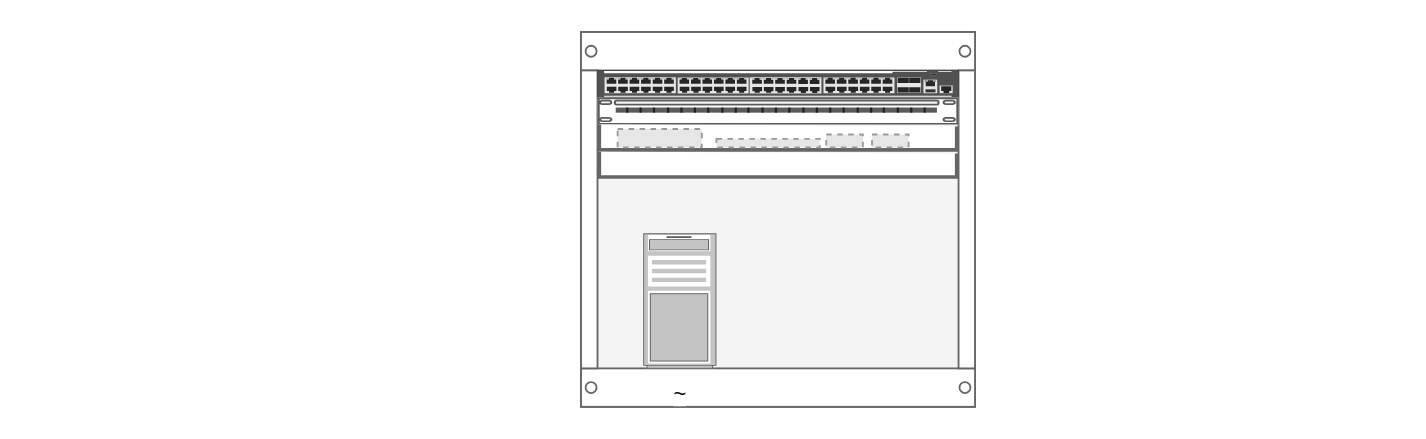
Slavik-Kek/Rack keeps this draw.io diagram as Untitled Diagram.drawio. Above is the earlier version. Source tidied: cells renumbered, new cells numbered last; positions are measured from the earlier drawing's top-left corner, leaving out a move shared by most shapes. Both pictures are drawn from the tidied source at 183%, with x=0, y=0 at pixel (580, 31). Pictures stored in the file or linked from it are replaced by grey dashed boxes.
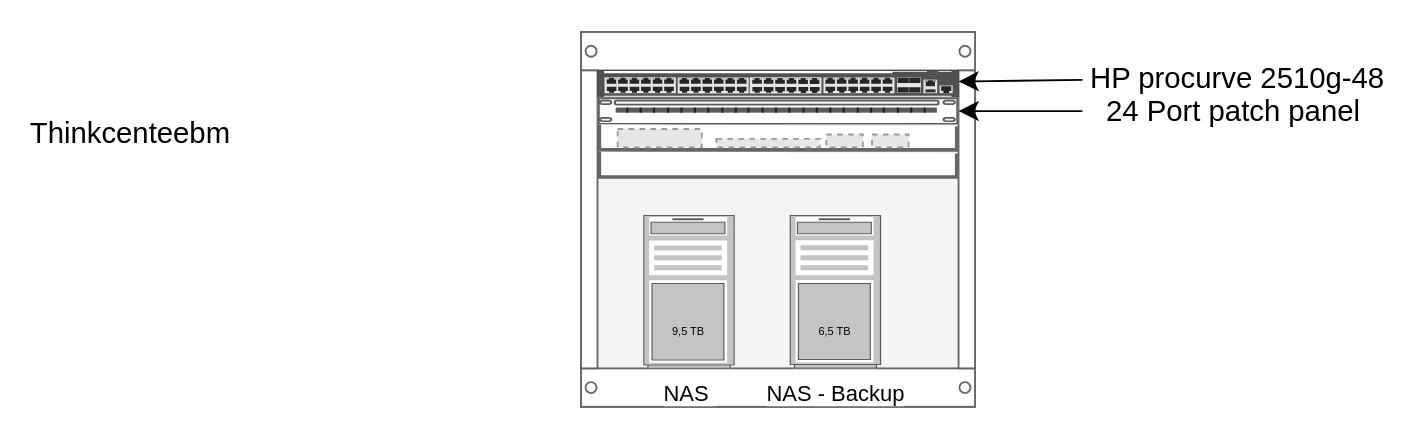
Above is the later version.

What changed in the source:
```diff
@@
 <mxGraphModel>
   <root>
     <mxCell id="0" />
     <mxCell id="1" parent="0" />
     <mxCell id="2" style="strokeColor=#666666;html=1;verticalLabelPosition=bottom;labelBackgroundColor=#ffffff;verticalAlign=top;shadow=0;dashed=0;shape=mxgraph.rackGeneral.rackCabinet3;rackUnitSize=14.8;fillColor2=#f4f4f4;allowGaps=1;textColor=#666666;numDisp=off;" parent="1" vertex="1">
       <mxGeometry width="215.3" height="200" as="geometry" />
     </mxCell>
     <mxCell id="3" style="html=1;verticalLabelPosition=bottom;verticalAlign=top;outlineConnect=0;shadow=0;dashed=0;shape=mxgraph.rack.hpe_aruba.switches.jl321a_aruba_2930m_48g_1_slot_switch;" parent="2" vertex="1">
       <mxGeometry x="9" y="21" width="197.3" height="14.8" as="geometry" />
     </mxCell>
     <mxCell id="4" style="strokeColor=#666666;html=1;labelPosition=right;align=left;spacingLeft=15;shadow=0;dashed=0;outlineConnect=0;shape=mxgraph.rack.general.cat5e_rack_mount_patch_panel_24_ports;" parent="2" vertex="1">
       <mxGeometry x="9" y="35.8" width="197.3" height="14.8" as="geometry" />
     </mxCell>
     <mxCell id="5" style="strokeColor=#666666;html=1;labelPosition=right;align=left;spacingLeft=15;shadow=0;dashed=0;shape=mxgraph.rackGeneral.shelf;" parent="2" vertex="1">
       <mxGeometry x="9" y="50.6" width="197.3" height="14.8" as="geometry" />
     </mxCell>
     <mxCell id="6" style="fillColor=#E6E6E6;strokeColor=#999999;dashed=1;verticalLabelPosition=bottom;verticalAlign=top;" parent="5" vertex="1">
       <mxGeometry x="11" y="2.4" width="46" height="10" as="geometry" />
     </mxCell>
     <mxCell id="7" style="fillColor=#E6E6E6;strokeColor=#999999;dashed=1;verticalLabelPosition=bottom;verticalAlign=top;" parent="5" vertex="1">
       <mxGeometry x="65" y="7.8" width="56.5" height="4.6" as="geometry" />
     </mxCell>
     <mxCell id="8" style="fillColor=#E6E6E6;strokeColor=#999999;dashed=1;verticalLabelPosition=bottom;verticalAlign=top;" parent="5" vertex="1">
       <mxGeometry x="150" y="5.4" width="20" height="7" as="geometry" />
     </mxCell>
     <mxCell id="9" style="fillColor=#E6E6E6;strokeColor=#999999;dashed=1;verticalLabelPosition=bottom;verticalAlign=top;" parent="5" vertex="1">
       <mxGeometry x="125" y="5.4" width="20" height="7" as="geometry" />
     </mxCell>
     <mxCell id="10" style="strokeColor=#666666;html=1;labelPosition=right;align=left;spacingLeft=15;shadow=0;dashed=0;shape=mxgraph.rackGeneral.shelf;" parent="2" vertex="1">
       <mxGeometry x="9" y="65.4" width="197.3" height="14.8" as="geometry" />
     </mxCell>
-    <mxCell id="11" value="~" style="strokeColor=#666666;html=1;verticalLabelPosition=bottom;labelBackgroundColor=#ffffff;verticalAlign=top;shadow=0;dashed=0;shape=mxgraph.rack.general.server_1;" parent="1" vertex="1">
-      <mxGeometry x="34" y="110" width="40" height="74" as="geometry" />
+    <mxCell id="11" value="NAS&amp;nbsp;" style="strokeColor=#666666;html=1;verticalLabelPosition=bottom;labelBackgroundColor=#ffffff;verticalAlign=top;shadow=0;dashed=0;shape=mxgraph.rack.general.server_1;" parent="1" vertex="1">
+      <mxGeometry x="34" y="100" width="50" height="84" as="geometry" />
     </mxCell>
+    <mxCell id="12" value="NAS - Backup" style="strokeColor=#666666;html=1;verticalLabelPosition=bottom;labelBackgroundColor=#ffffff;verticalAlign=top;shadow=0;dashed=0;shape=mxgraph.rack.general.server_1;" parent="1" vertex="1">
+      <mxGeometry x="114" y="100" width="50" height="83.8" as="geometry" />
+    </mxCell>
+    <mxCell id="13" value="&lt;font style=&quot;font-size: 6px;&quot;&gt;9,5 TB&lt;/font&gt;" style="text;html=1;whiteSpace=wrap;strokeColor=none;fillColor=none;align=center;verticalAlign=middle;rounded=0;fontSize=16;" parent="1" vertex="1">
+      <mxGeometry x="39" y="150" width="40" height="20" as="geometry" />
+    </mxCell>
+    <mxCell id="14" value="&lt;span style=&quot;font-size: 6px;&quot;&gt;6,5 TB&lt;/span&gt;" style="text;html=1;whiteSpace=wrap;strokeColor=none;fillColor=none;align=center;verticalAlign=middle;rounded=0;fontSize=16;" parent="1" vertex="1">
+      <mxGeometry x="109" y="145" width="60" height="30" as="geometry" />
+    </mxCell>
+    <mxCell id="15" style="edgeStyle=none;curved=1;rounded=0;jettySize=auto;html=1;fontSize=12;startSize=8;endSize=8;" parent="1" edge="1" source="16" target="3">
+      <mxGeometry relative="1" as="geometry" />
+    </mxCell>
+    <mxCell id="16" value="HP procurve 2510g-48" style="text;html=1;whiteSpace=wrap;strokeColor=none;fillColor=none;align=center;verticalAlign=middle;rounded=0;fontSize=16;" parent="1" vertex="1">
+      <mxGeometry x="274" y="10" width="170" height="30" as="geometry" />
+    </mxCell>
+    <mxCell id="17" style="edgeStyle=none;curved=1;rounded=0;jettySize=auto;html=1;fontSize=12;startSize=8;endSize=8;" parent="1" edge="1" source="18" target="4">
+      <mxGeometry relative="1" as="geometry" />
+    </mxCell>
+    <mxCell id="18" value="24 Port patch panel&amp;nbsp;" style="text;html=1;whiteSpace=wrap;strokeColor=none;fillColor=none;align=center;verticalAlign=middle;rounded=0;fontSize=16;" parent="1" vertex="1">
+      <mxGeometry x="274" y="28.2" width="170" height="30" as="geometry" />
+    </mxCell>
+    <mxCell id="19" value="Thinkcenteebm" style="text;html=1;whiteSpace=wrap;strokeColor=none;fillColor=none;align=center;verticalAlign=middle;rounded=0;fontSize=16;" parent="1" vertex="1">
+      <mxGeometry x="-276" y="40" width="60" height="30" as="geometry" />
+    </mxCell>
   </root>
 </mxGraphModel>
```
